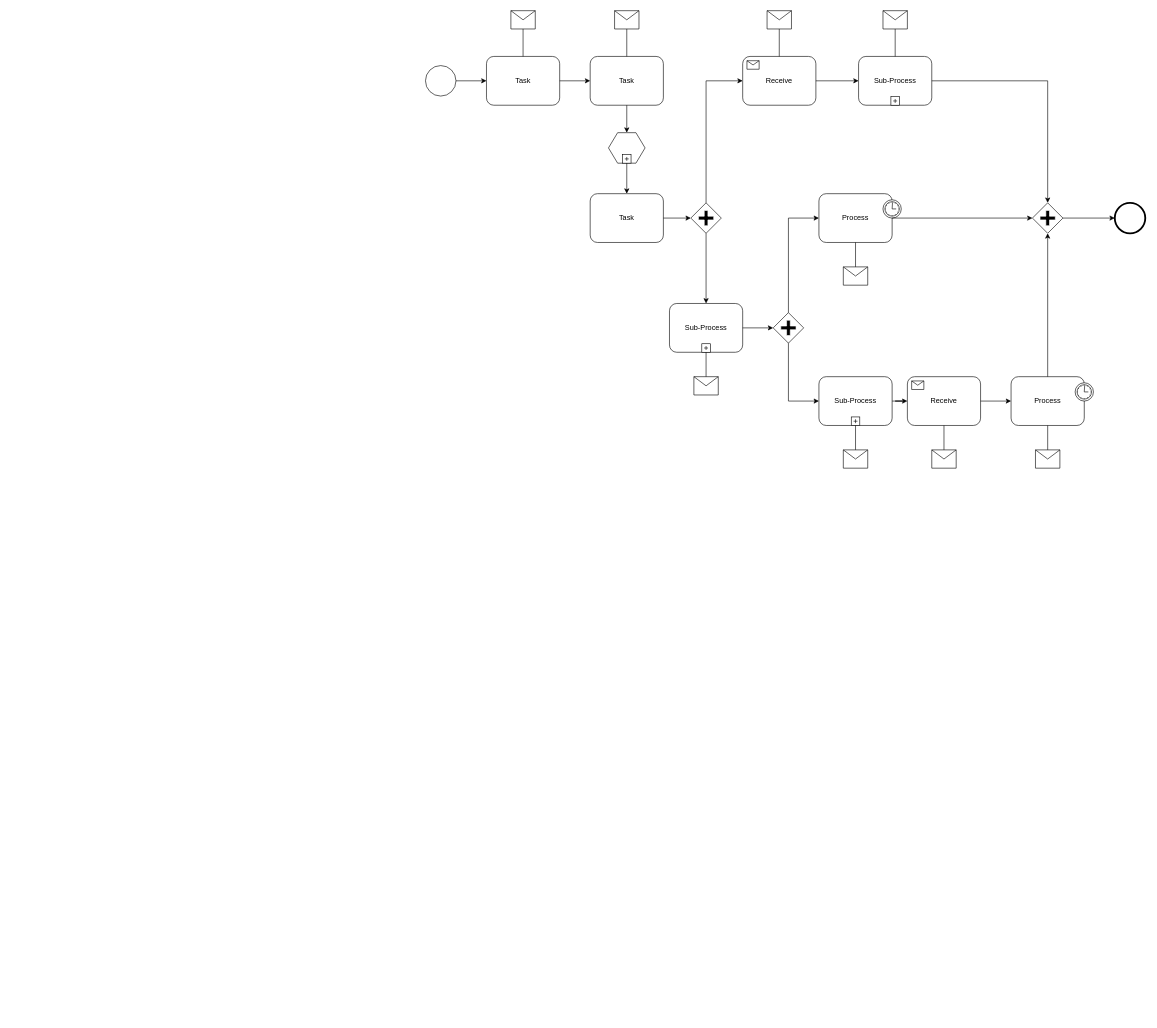
Earlier version of the draw.io diagram BPMN2.0.drawio (tbtbtbtbtb/test). Source tidied: cells renumbered, new cells numbered last; positions are measured from the earlier drawing's top-left corner, leaving out a move shared by most shapes. Both pictures are drawn from the tidied source at 61%, with x=0, y=0 at pixel (425, 10).
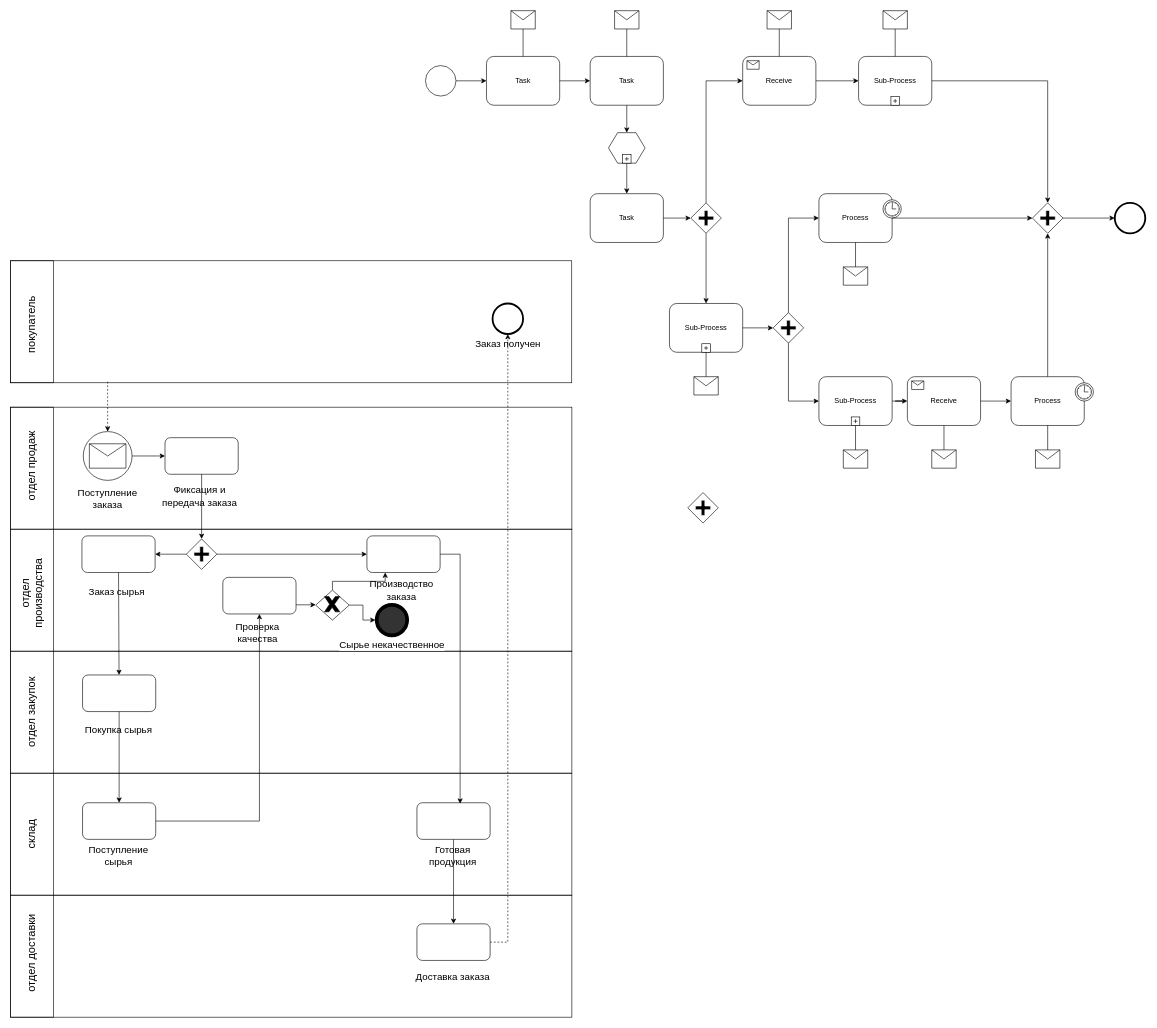
Above is the later version.

Diff of the diagram source:
```diff
@@
+    <mxCell id="61" style="rounded=0;whiteSpace=wrap;html=1;perimeterSpacing=0;strokeWidth=1;fillColor=none;" parent="1" vertex="1">
+      <mxGeometry x="-680" y="850" width="920" height="200" as="geometry" />
+    </mxCell>
+    <mxCell id="62" style="rounded=0;whiteSpace=wrap;html=1;perimeterSpacing=0;strokeWidth=1;fillColor=none;" parent="1" vertex="1">
+      <mxGeometry x="-680" y="650" width="920" height="200" as="geometry" />
+    </mxCell>
@@
+    <mxCell id="63" style="rounded=0;whiteSpace=wrap;html=1;perimeterSpacing=0;strokeWidth=1;fillColor=none;" parent="1" vertex="1">
+      <mxGeometry x="-680" y="1050" width="920" height="200" as="geometry" />
+    </mxCell>
+    <mxCell id="64" style="rounded=0;whiteSpace=wrap;html=1;perimeterSpacing=0;strokeWidth=1;fillColor=none;" parent="1" vertex="1">
+      <mxGeometry x="-680" y="1250" width="920" height="200" as="geometry" />
+    </mxCell>
+    <mxCell id="65" style="rounded=0;whiteSpace=wrap;html=1;perimeterSpacing=0;strokeWidth=1;fillColor=none;" parent="1" vertex="1">
+      <mxGeometry x="-680" y="1450" width="920" height="200" as="geometry" />
+    </mxCell>
+    <mxCell id="66" style="rounded=0;whiteSpace=wrap;html=1;perimeterSpacing=0;strokeWidth=1;fillColor=none;" parent="1" vertex="1">
+      <mxGeometry x="-680" y="650" width="70" height="1000" as="geometry" />
+    </mxCell>
+    <mxCell id="67" value="&lt;span style=&quot;font-family: Golos, Arial, sans-serif; font-size: 18px; text-align: left; background-color: rgb(255, 255, 255);&quot;&gt;отдел продаж&lt;/span&gt;" style="text;html=1;align=center;verticalAlign=middle;whiteSpace=wrap;rounded=0;rotation=270;" parent="1" vertex="1">
+      <mxGeometry x="-718.8" y="731.2" width="147.5" height="30" as="geometry" />
+    </mxCell>
+    <mxCell id="68" value="&lt;span style=&quot;font-family: Golos, Arial, sans-serif; font-size: 18px; text-align: left; background-color: rgb(255, 255, 255);&quot;&gt;отдел производства&lt;/span&gt;" style="text;html=1;align=center;verticalAlign=middle;whiteSpace=wrap;rounded=0;rotation=270;" parent="1" vertex="1">
+      <mxGeometry x="-718.8" y="940" width="147.5" height="30" as="geometry" />
+    </mxCell>
+    <mxCell id="69" value="&lt;span style=&quot;font-family: Golos, Arial, sans-serif; font-size: 18px; text-align: left; background-color: rgb(255, 255, 255);&quot;&gt;отдел закупок&lt;/span&gt;" style="text;html=1;align=center;verticalAlign=middle;whiteSpace=wrap;rounded=0;rotation=270;" parent="1" vertex="1">
+      <mxGeometry x="-718.8" y="1135" width="147.5" height="30" as="geometry" />
+    </mxCell>
+    <mxCell id="70" value="&lt;span style=&quot;font-family: Golos, Arial, sans-serif; font-size: 18px; text-align: left; background-color: rgb(255, 255, 255);&quot;&gt;склад&lt;/span&gt;" style="text;html=1;align=center;verticalAlign=middle;whiteSpace=wrap;rounded=0;rotation=270;" parent="1" vertex="1">
+      <mxGeometry x="-718.8" y="1335" width="147.5" height="30" as="geometry" />
+    </mxCell>
+    <mxCell id="71" value="&lt;span style=&quot;font-family: Golos, Arial, sans-serif; font-size: 18px; text-align: left; background-color: rgb(255, 255, 255);&quot;&gt;отдел доставки&lt;/span&gt;" style="text;html=1;align=center;verticalAlign=middle;whiteSpace=wrap;rounded=0;rotation=270;" parent="1" vertex="1">
+      <mxGeometry x="-718.8" y="1530" width="147.5" height="30" as="geometry" />
+    </mxCell>
+    <mxCell id="72" style="group;" parent="1" vertex="1">
+      <mxGeometry x="-561" y="690" width="80" height="80" as="geometry" />
+    </mxCell>
+    <mxCell id="73" style="shape=message;html=1;html=1;labelPosition=center;verticalLabelPosition=bottom;align=center;verticalAlign=top;" parent="72" vertex="1">
+      <mxGeometry x="10" y="20" width="60" height="40" as="geometry" />
+    </mxCell>
+    <mxCell id="74" style="ellipse;whiteSpace=wrap;html=1;fillColor=none;" parent="72" vertex="1">
+      <mxGeometry width="80" height="80" as="geometry" />
+    </mxCell>
+    <mxCell id="75" value="&lt;font style=&quot;font-size: 16px;&quot;&gt;Поступление заказа&lt;/font&gt;" style="text;html=1;align=center;verticalAlign=middle;whiteSpace=wrap;rounded=0;" parent="1" vertex="1">
+      <mxGeometry x="-586" y="780" width="130" height="40" as="geometry" />
+    </mxCell>
+    <mxCell id="76" style="rounded=0;whiteSpace=wrap;html=1;perimeterSpacing=0;strokeWidth=1;fillColor=none;" parent="1" vertex="1">
+      <mxGeometry x="-680.2" y="410" width="920" height="200" as="geometry" />
+    </mxCell>
+    <mxCell id="77" value="&lt;span style=&quot;font-family: Golos, Arial, sans-serif; font-size: 18px; text-align: left; background-color: rgb(255, 255, 255);&quot;&gt;покупатель&lt;/span&gt;" style="text;html=1;align=center;verticalAlign=middle;whiteSpace=wrap;rounded=0;rotation=270;" parent="1" vertex="1">
+      <mxGeometry x="-720" y="500" width="147.5" height="30" as="geometry" />
+    </mxCell>
+    <mxCell id="78" style="endArrow=classic;html=1;rounded=0;exitX=0.173;exitY=0.991;exitDx=0;exitDy=0;exitPerimeter=0;entryX=0.5;entryY=0;entryDx=0;entryDy=0;dashed=1;" parent="1" edge="1" source="76" target="74">
+      <mxGeometry relative="1" as="geometry" />
+    </mxCell>
+    <mxCell id="79" style="rounded=0;whiteSpace=wrap;html=1;perimeterSpacing=0;strokeWidth=1;fillColor=none;" parent="1" vertex="1">
+      <mxGeometry x="-680" y="410" width="70" height="200" as="geometry" />
+    </mxCell>
+    <mxCell id="80" style="rounded=1;whiteSpace=wrap;html=1;" parent="1" vertex="1">
+      <mxGeometry x="-427" y="700" width="120" height="60" as="geometry" />
+    </mxCell>
+    <mxCell id="81" value="&lt;font style=&quot;font-size: 16px;&quot;&gt;Фиксация и передача заказа&lt;/font&gt;" style="text;html=1;align=center;verticalAlign=middle;whiteSpace=wrap;rounded=0;" parent="1" vertex="1">
+      <mxGeometry x="-435" y="776" width="130" height="40" as="geometry" />
+    </mxCell>
+    <mxCell id="82" style="endArrow=classic;html=1;rounded=0;exitX=1;exitY=0.5;exitDx=0;exitDy=0;" parent="1" edge="1" source="74" target="80">
+      <mxGeometry relative="1" as="geometry" />
+    </mxCell>
+    <mxCell id="83" style="endArrow=classic;html=1;rounded=0;exitX=0.5;exitY=1;exitDx=0;exitDy=0;entryX=0.5;entryY=0;entryDx=0;entryDy=0;" parent="1" edge="1" source="80" target="88">
+      <mxGeometry relative="1" as="geometry" />
+    </mxCell>
+    <mxCell id="84" style="rounded=1;whiteSpace=wrap;html=1;" parent="1" vertex="1">
+      <mxGeometry x="-96" y="861" width="120" height="60" as="geometry" />
+    </mxCell>
+    <mxCell id="85" value="&lt;font style=&quot;font-size: 16px;&quot;&gt;Производство заказа&lt;/font&gt;" style="text;html=1;align=center;verticalAlign=middle;whiteSpace=wrap;rounded=0;" parent="1" vertex="1">
+      <mxGeometry x="-104" y="930" width="130" height="40" as="geometry" />
+    </mxCell>
+    <mxCell id="86" style="rounded=1;whiteSpace=wrap;html=1;" parent="1" vertex="1">
+      <mxGeometry x="-562.2" y="1089" width="120" height="60" as="geometry" />
+    </mxCell>
+    <mxCell id="87" value="&lt;font style=&quot;font-size: 16px;&quot;&gt;Покупка сырья&lt;/font&gt;" style="text;html=1;align=center;verticalAlign=middle;whiteSpace=wrap;rounded=0;" parent="1" vertex="1">
+      <mxGeometry x="-568.2" y="1158" width="130" height="40" as="geometry" />
+    </mxCell>
+    <mxCell id="88" style="shape=mxgraph.bpmn.shape;html=1;verticalLabelPosition=bottom;labelBackgroundColor=#ffffff;verticalAlign=top;perimeter=rhombusPerimeter;background=gateway;outline=none;symbol=parallelGw;" parent="1" vertex="1">
+      <mxGeometry x="-392" y="866" width="50" height="50" as="geometry" />
+    </mxCell>
+    <mxCell id="89" style="endArrow=classic;html=1;rounded=0;entryX=0;entryY=0.5;entryDx=0;entryDy=0;exitX=1;exitY=0.5;exitDx=0;exitDy=0;" parent="1" edge="1" source="88" target="84">
+      <mxGeometry relative="1" as="geometry" />
+    </mxCell>
+    <mxCell id="90" style="rounded=1;whiteSpace=wrap;html=1;" parent="1" vertex="1">
+      <mxGeometry x="-563.2" y="861" width="120" height="60" as="geometry" />
+    </mxCell>
+    <mxCell id="91" value="&lt;font style=&quot;font-size: 16px;&quot;&gt;Заказ сырья&lt;/font&gt;" style="text;html=1;align=center;verticalAlign=middle;whiteSpace=wrap;rounded=0;" parent="1" vertex="1">
+      <mxGeometry x="-571.2" y="932" width="130" height="40" as="geometry" />
+    </mxCell>
+    <mxCell id="92" style="endArrow=classic;html=1;rounded=0;exitX=0;exitY=0.5;exitDx=0;exitDy=0;entryX=1;entryY=0.5;entryDx=0;entryDy=0;" parent="1" edge="1" source="88" target="90">
+      <mxGeometry relative="1" as="geometry" />
+    </mxCell>
+    <mxCell id="93" style="endArrow=classic;html=1;rounded=0;exitX=0.5;exitY=1;exitDx=0;exitDy=0;" parent="1" edge="1" source="90" target="86">
+      <mxGeometry relative="1" as="geometry" />
+    </mxCell>
+    <mxCell id="94" style="rounded=1;whiteSpace=wrap;html=1;" parent="1" vertex="1">
+      <mxGeometry x="-562.2" y="1298.5" width="120" height="60" as="geometry" />
+    </mxCell>
+    <mxCell id="95" value="&lt;font style=&quot;font-size: 16px;&quot;&gt;Поступление сырья&lt;/font&gt;" style="text;html=1;align=center;verticalAlign=middle;whiteSpace=wrap;rounded=0;" parent="1" vertex="1">
+      <mxGeometry x="-568.2" y="1364.5" width="130" height="40" as="geometry" />
+    </mxCell>
+    <mxCell id="96" style="endArrow=classic;html=1;rounded=0;exitX=0.5;exitY=1;exitDx=0;exitDy=0;" parent="1" edge="1" source="86" target="94">
+      <mxGeometry relative="1" as="geometry" />
+    </mxCell>
+    <mxCell id="97" style="edgeStyle=orthogonalEdgeStyle;rounded=0;jettySize=auto;html=1;exitX=1;exitY=0.75;exitDx=0;exitDy=0;entryX=0;entryY=0.5;entryDx=0;entryDy=0;" parent="1" edge="1" source="98" target="103">
+      <mxGeometry relative="1" as="geometry" />
+    </mxCell>
+    <mxCell id="98" style="rounded=1;whiteSpace=wrap;html=1;" parent="1" vertex="1">
+      <mxGeometry x="-332.2" y="929" width="120" height="60" as="geometry" />
+    </mxCell>
+    <mxCell id="99" value="&lt;font style=&quot;font-size: 16px;&quot;&gt;Проверка качества&lt;/font&gt;" style="text;html=1;align=center;verticalAlign=middle;whiteSpace=wrap;rounded=0;" parent="1" vertex="1">
+      <mxGeometry x="-340.2" y="999" width="130" height="40" as="geometry" />
+    </mxCell>
+    <mxCell id="100" style="endArrow=classic;html=1;rounded=0;exitX=1;exitY=0.5;exitDx=0;exitDy=0;entryX=0.5;entryY=1;entryDx=0;entryDy=0;edgeStyle=orthogonalEdgeStyle;" parent="1" edge="1" source="94" target="98">
+      <mxGeometry relative="1" as="geometry" />
+    </mxCell>
+    <mxCell id="101" style="shape=mxgraph.bpmn.shape;html=1;verticalLabelPosition=bottom;labelBackgroundColor=#ffffff;verticalAlign=top;perimeter=rhombusPerimeter;background=gateway;outline=none;symbol=parallelGw;" parent="1" vertex="1">
+      <mxGeometry x="430" y="790" width="50" height="50" as="geometry" />
+    </mxCell>
+    <mxCell id="102" style="group;" parent="1" vertex="1">
+      <mxGeometry x="-180" y="950" width="55" height="49" as="geometry" />
+    </mxCell>
+    <mxCell id="103" style="rhombus;whiteSpace=wrap;html=1;" parent="102" vertex="1">
+      <mxGeometry width="55" height="49" as="geometry" />
+    </mxCell>
+    <mxCell id="104" style="verticalLabelPosition=bottom;verticalAlign=top;html=1;shape=mxgraph.basic.x;fillColor=#000000;" parent="102" vertex="1">
+      <mxGeometry x="14.5" y="10.5" width="25" height="25" as="geometry" />
+    </mxCell>
+    <mxCell id="105" style="endArrow=classic;html=1;rounded=0;exitX=0.5;exitY=0;exitDx=0;exitDy=0;entryX=0.25;entryY=1;entryDx=0;entryDy=0;jumpStyle=sharp;edgeStyle=orthogonalEdgeStyle;" parent="1" edge="1" source="103" target="84">
+      <mxGeometry relative="1" as="geometry" />
+    </mxCell>
+    <mxCell id="106" value="&lt;font style=&quot;font-size: 16px;&quot;&gt;Сырье некачественное&lt;/font&gt;" style="shape=mxgraph.bpmn.shape;html=1;verticalLabelPosition=bottom;labelBackgroundColor=#ffffff;verticalAlign=top;perimeter=ellipsePerimeter;outline=end;symbol=general;fillColor=#333333;strokeColor=#000000;strokeWidth=2;perimeterSpacing=2;" parent="1" vertex="1">
+      <mxGeometry x="-80" y="974" width="50" height="50" as="geometry" />
+    </mxCell>
+    <mxCell id="107" value="&lt;font style=&quot;font-size: 16px;&quot;&gt;Заказ получен&lt;/font&gt;" style="shape=mxgraph.bpmn.shape;html=1;verticalLabelPosition=bottom;labelBackgroundColor=#ffffff;verticalAlign=top;perimeter=ellipsePerimeter;outline=end;symbol=general;" parent="1" vertex="1">
+      <mxGeometry x="110" y="480" width="50" height="50" as="geometry" />
+    </mxCell>
+    <mxCell id="108" style="edgeStyle=orthogonalEdgeStyle;rounded=0;jettySize=auto;html=1;exitX=1;exitY=0.5;exitDx=0;exitDy=0;entryX=0;entryY=0.5;entryDx=0;entryDy=0;" parent="1" edge="1" source="103" target="106">
+      <mxGeometry relative="1" as="geometry" />
+    </mxCell>
+    <mxCell id="109" style="edgeStyle=orthogonalEdgeStyle;rounded=0;jettySize=auto;html=1;exitX=0.5;exitY=1;exitDx=0;exitDy=0;entryX=0.5;entryY=0;entryDx=0;entryDy=0;" parent="1" edge="1" source="110" target="114">
+      <mxGeometry relative="1" as="geometry" />
+    </mxCell>
+    <mxCell id="110" style="rounded=1;whiteSpace=wrap;html=1;" parent="1" vertex="1">
+      <mxGeometry x="-14" y="1298.5" width="120" height="60" as="geometry" />
+    </mxCell>
+    <mxCell id="111" value="&lt;font style=&quot;font-size: 16px;&quot;&gt;Готовая продукция&lt;/font&gt;" style="text;html=1;align=center;verticalAlign=middle;whiteSpace=wrap;rounded=0;" parent="1" vertex="1">
+      <mxGeometry x="-20" y="1364.5" width="130" height="40" as="geometry" />
+    </mxCell>
+    <mxCell id="112" style="edgeStyle=orthogonalEdgeStyle;rounded=0;jettySize=auto;html=1;exitX=1;exitY=0.5;exitDx=0;exitDy=0;entryX=0.59;entryY=0.025;entryDx=0;entryDy=0;entryPerimeter=0;" parent="1" edge="1" source="84" target="110">
+      <mxGeometry relative="1" as="geometry" />
+    </mxCell>
+    <mxCell id="113" style="edgeStyle=orthogonalEdgeStyle;rounded=0;jettySize=auto;html=1;exitX=1;exitY=0.5;exitDx=0;exitDy=0;entryX=0.5;entryY=1;entryDx=0;entryDy=0;dashed=1;" parent="1" edge="1" source="114" target="107">
+      <mxGeometry relative="1" as="geometry" />
+    </mxCell>
+    <mxCell id="114" style="rounded=1;whiteSpace=wrap;html=1;" parent="1" vertex="1">
+      <mxGeometry x="-14" y="1497" width="120" height="60" as="geometry" />
+    </mxCell>
+    <mxCell id="115" value="&lt;font style=&quot;font-size: 16px;&quot;&gt;Доставка заказа&lt;/font&gt;" style="text;html=1;align=center;verticalAlign=middle;whiteSpace=wrap;rounded=0;" parent="1" vertex="1">
+      <mxGeometry x="-20" y="1563" width="130" height="40" as="geometry" />
+    </mxCell>
```
